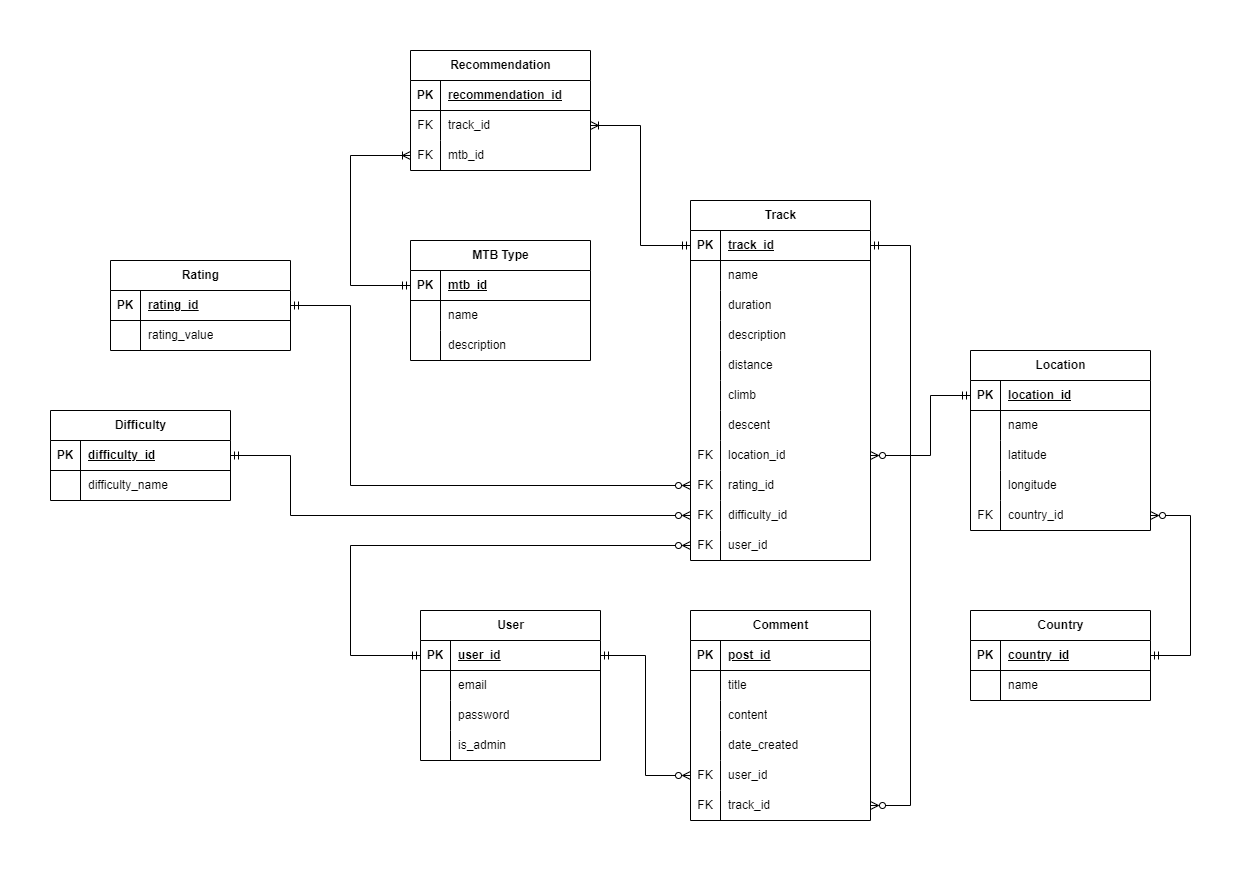
jeevanng/mountain_bike_api keeps this draw.io diagram as docs/mtb_erd.drawio.png. Above is the earlier version. Source tidied: cells renumbered, new cells last; positions are measured from the earlier drawing's top-left corner, leaving out a move shared by most shapes.
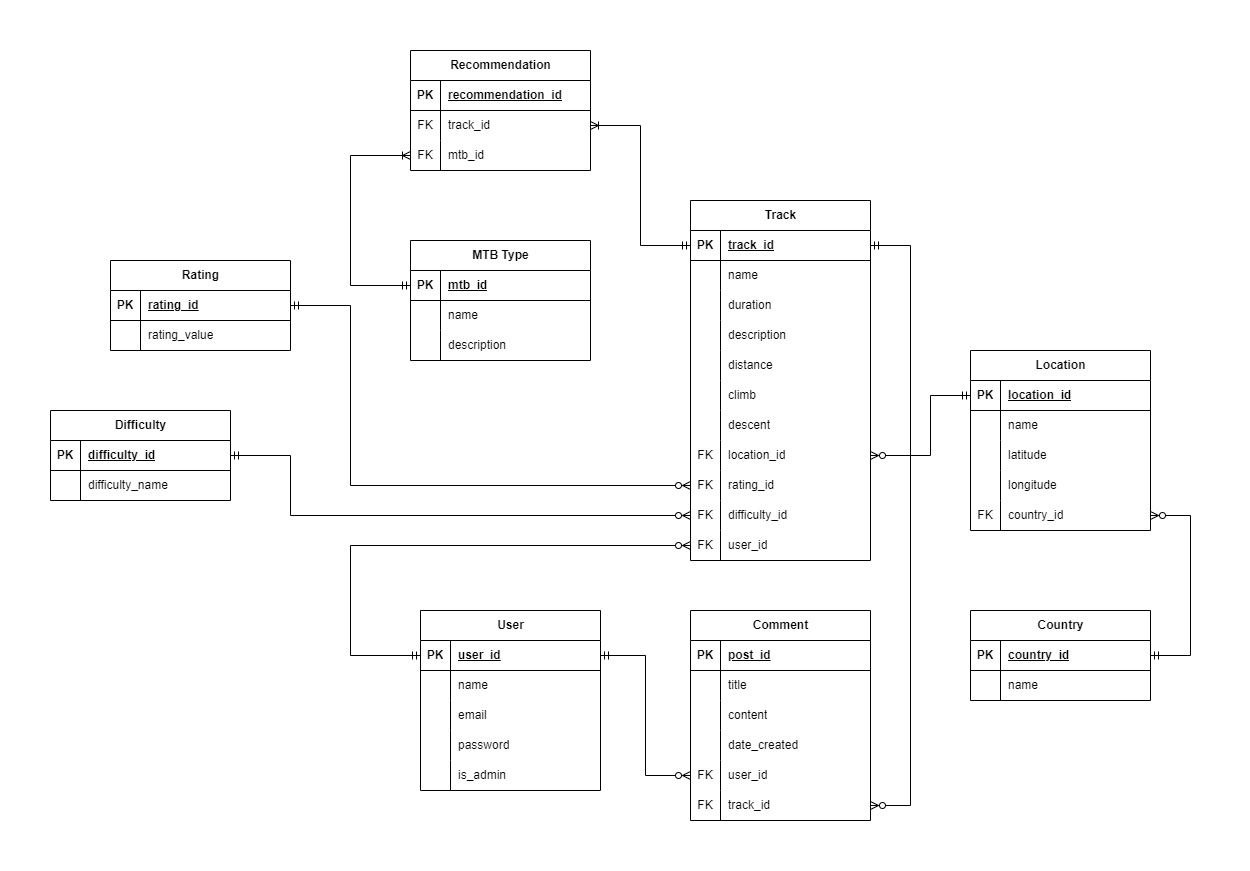
Later version of the same file.

Change to the diagram source:
```diff
@@ -253,7 +253,7 @@
       <mxGeometry relative="1" as="geometry" />
     </mxCell>
     <mxCell id="82" value="User" style="shape=table;startSize=30;rowLines=0;fontStyle=1;align=center;html=1;" parent="1" vertex="1">
-      <mxGeometry x="370" y="560" width="180" height="150" as="geometry" />
+      <mxGeometry x="370" y="560" width="180" height="180" as="geometry" />
     </mxCell>
     <mxCell id="83" style="shape=tableRow;horizontal=0;startSize=0;swimlaneHead=0;swimlaneBody=0;fillColor=none;points=[[0,0.5],[1,0.5]];portConstraint=eastwest;top=0;left=0;right=0;bottom=1;" parent="82" vertex="1">
       <mxGeometry y="30" width="180" height="30" as="geometry" />
@@ -270,7 +270,7 @@
     <mxCell id="87" style="shape=partialRectangle;fillColor=none;top=0;left=0;bottom=0;right=0;overflow=hidden;whiteSpace=wrap;html=1;" parent="86" vertex="1">
       <mxGeometry width="30" height="30" as="geometry" />
     </mxCell>
-    <mxCell id="88" value="email&lt;span style=&quot;white-space: pre;&quot;&gt;&#9;&lt;/span&gt;" style="shape=partialRectangle;fillColor=none;top=0;left=0;bottom=0;right=0;align=left;spacingLeft=6;overflow=hidden;whiteSpace=wrap;html=1;" parent="86" vertex="1">
+    <mxCell id="88" value="name" style="shape=partialRectangle;fillColor=none;top=0;left=0;bottom=0;right=0;align=left;spacingLeft=6;overflow=hidden;whiteSpace=wrap;html=1;" parent="86" vertex="1">
       <mxGeometry x="30" width="150" height="30" as="geometry" />
     </mxCell>
     <mxCell id="89" style="shape=tableRow;horizontal=0;startSize=0;swimlaneHead=0;swimlaneBody=0;fillColor=none;top=0;left=0;right=0;bottom=0;" parent="82" vertex="1">
@@ -279,11 +279,20 @@
     <mxCell id="90" style="shape=partialRectangle;fillColor=none;top=0;left=0;bottom=0;right=0;overflow=hidden;whiteSpace=wrap;html=1;" parent="89" vertex="1">
       <mxGeometry width="30" height="30" as="geometry" />
     </mxCell>
-    <mxCell id="91" value="password" style="shape=partialRectangle;fillColor=none;top=0;left=0;bottom=0;right=0;align=left;spacingLeft=6;overflow=hidden;whiteSpace=wrap;html=1;" parent="89" vertex="1">
+    <mxCell id="91" value="email" style="shape=partialRectangle;fillColor=none;top=0;left=0;bottom=0;right=0;align=left;spacingLeft=6;overflow=hidden;whiteSpace=wrap;html=1;" parent="89" vertex="1">
       <mxGeometry x="30" width="150" height="30" as="geometry" />
     </mxCell>
+    <mxCell id="134" style="shape=tableRow;horizontal=0;startSize=0;swimlaneHead=0;swimlaneBody=0;fillColor=none;top=0;left=0;right=0;bottom=0;" parent="82" vertex="1">
+      <mxGeometry y="120" width="180" height="30" as="geometry" />
+    </mxCell>
+    <mxCell id="135" style="shape=partialRectangle;fillColor=none;top=0;left=0;bottom=0;right=0;overflow=hidden;whiteSpace=wrap;html=1;" parent="134" vertex="1">
+      <mxGeometry width="30" height="30" as="geometry" />
+    </mxCell>
+    <mxCell id="136" value="password" style="shape=partialRectangle;fillColor=none;top=0;left=0;bottom=0;right=0;align=left;spacingLeft=6;overflow=hidden;whiteSpace=wrap;html=1;" parent="134" vertex="1">
+      <mxGeometry x="30" width="150" height="30" as="geometry" />
+    </mxCell>
     <mxCell id="92" style="shape=tableRow;horizontal=0;startSize=0;swimlaneHead=0;swimlaneBody=0;fillColor=none;top=0;left=0;right=0;bottom=0;" parent="82" vertex="1">
-      <mxGeometry y="120" width="180" height="30" as="geometry" />
+      <mxGeometry y="150" width="180" height="30" as="geometry" />
     </mxCell>
     <mxCell id="93" style="shape=partialRectangle;fillColor=none;top=0;left=0;bottom=0;right=0;overflow=hidden;whiteSpace=wrap;html=1;" parent="92" vertex="1">
       <mxGeometry width="30" height="30" as="geometry" />
```
